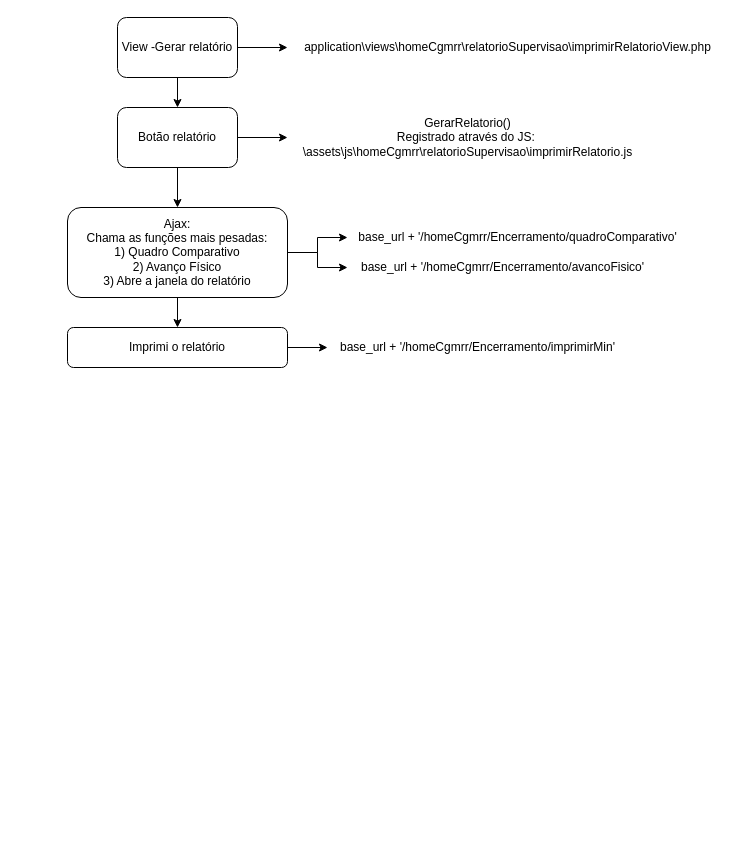
Above: SUPRA - CGMRR - Imprimir Relatório.drawio in rodolforomao/unifilar (draw.io), before the change. Source tidied: cells renumbered, new cells numbered last; positions are measured from the earlier drawing's top-left corner, leaving out a move shared by most shapes. Both pictures are drawn from the tidied source at 100%, with x=0, y=0 at pixel (67, 17).
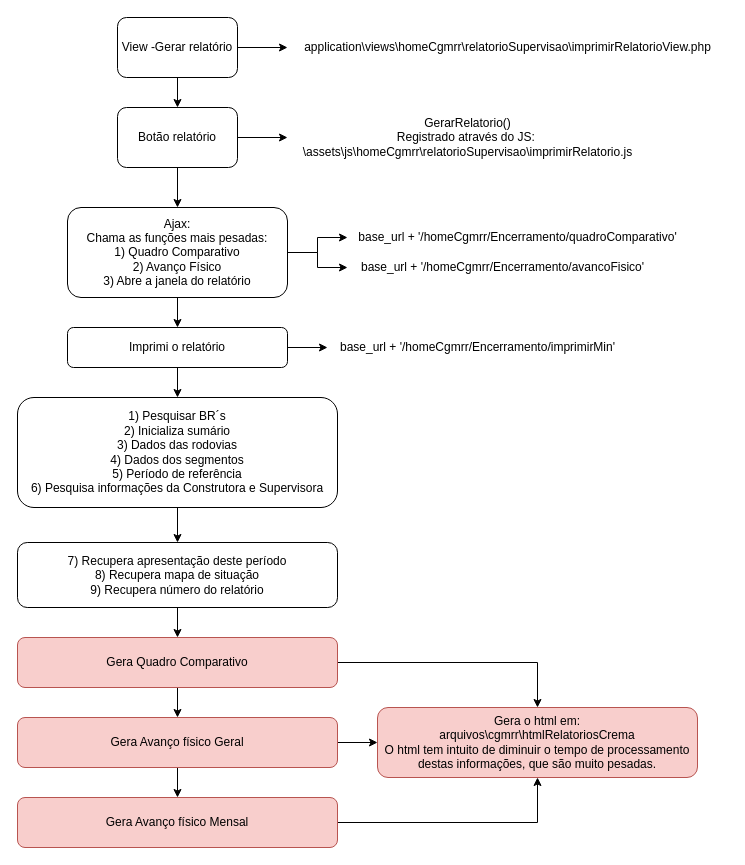
After the change.

Unchanged cells that the change refers to:
```xml
<mxCell id="17" value="Imprimi o relatório" style="whiteSpace=wrap;html=1;rounded=1;" parent="1" vertex="1">
  <mxGeometry y="310" width="220" height="40" as="geometry" />
</mxCell>
```

Change to the diagram source:
```diff
@@
+    <mxCell id="19" style="edgeStyle=orthogonalEdgeStyle;rounded=0;jettySize=auto;html=1;" parent="1" edge="1" source="17" target="21">
+      <mxGeometry relative="1" as="geometry" />
+    </mxCell>
@@
+    <mxCell id="20" style="edgeStyle=orthogonalEdgeStyle;rounded=0;jettySize=auto;html=1;" parent="1" edge="1" source="21" target="23">
+      <mxGeometry relative="1" as="geometry" />
+    </mxCell>
+    <mxCell id="21" value="&lt;div&gt;1) Pesquisar BR´s&lt;/div&gt;&lt;div&gt;2) Inicializa sumário&lt;/div&gt;&lt;div&gt;3) Dados das rodovias&lt;/div&gt;&lt;div&gt;4) Dados dos segmentos&lt;/div&gt;&lt;div&gt;5) Período de referência&lt;/div&gt;&lt;div&gt;6) Pesquisa informações da Construtora e Supervisora&lt;/div&gt;" style="whiteSpace=wrap;html=1;rounded=1;" parent="1" vertex="1">
+      <mxGeometry x="-50" y="380" width="320" height="110" as="geometry" />
+    </mxCell>
+    <mxCell id="22" style="edgeStyle=orthogonalEdgeStyle;rounded=0;jettySize=auto;html=1;" parent="1" edge="1" source="23" target="26">
+      <mxGeometry relative="1" as="geometry" />
+    </mxCell>
+    <mxCell id="23" value="&lt;div&gt;7) Recupera apresentação deste período&lt;/div&gt;&lt;div&gt;8) Recupera mapa de situação&lt;/div&gt;&lt;div&gt;9) Recupera número do relatório&lt;/div&gt;" style="whiteSpace=wrap;html=1;rounded=1;" parent="1" vertex="1">
+      <mxGeometry x="-50" y="525" width="320" height="65" as="geometry" />
+    </mxCell>
+    <mxCell id="24" style="edgeStyle=orthogonalEdgeStyle;rounded=0;jettySize=auto;html=1;" parent="1" edge="1" source="26" target="29">
+      <mxGeometry relative="1" as="geometry" />
+    </mxCell>
+    <mxCell id="25" style="edgeStyle=orthogonalEdgeStyle;rounded=0;jettySize=auto;html=1;" parent="1" edge="1" source="26" target="32">
+      <mxGeometry relative="1" as="geometry" />
+    </mxCell>
+    <mxCell id="26" value="Gera Quadro Comparativo" style="whiteSpace=wrap;html=1;rounded=1;fillColor=#f8cecc;strokeColor=#b85450;" parent="1" vertex="1">
+      <mxGeometry x="-50" y="620" width="320" height="50" as="geometry" />
+    </mxCell>
+    <mxCell id="27" style="edgeStyle=orthogonalEdgeStyle;rounded=0;jettySize=auto;html=1;" parent="1" edge="1" source="29" target="31">
+      <mxGeometry relative="1" as="geometry" />
+    </mxCell>
+    <mxCell id="28" style="edgeStyle=orthogonalEdgeStyle;rounded=0;jettySize=auto;html=1;" parent="1" edge="1" source="29" target="32">
+      <mxGeometry relative="1" as="geometry" />
+    </mxCell>
+    <mxCell id="29" value="Gera Avanço físico Geral" style="whiteSpace=wrap;html=1;rounded=1;fillColor=#f8cecc;strokeColor=#b85450;" parent="1" vertex="1">
+      <mxGeometry x="-50" y="700" width="320" height="50" as="geometry" />
+    </mxCell>
+    <mxCell id="30" style="edgeStyle=orthogonalEdgeStyle;rounded=0;jettySize=auto;html=1;" parent="1" edge="1" source="31" target="32">
+      <mxGeometry relative="1" as="geometry" />
+    </mxCell>
+    <mxCell id="31" value="Gera Avanço físico Mensal" style="whiteSpace=wrap;html=1;rounded=1;fillColor=#f8cecc;strokeColor=#b85450;" parent="1" vertex="1">
+      <mxGeometry x="-50" y="780" width="320" height="50" as="geometry" />
+    </mxCell>
+    <mxCell id="32" value="&lt;div&gt;Gera o html em:&lt;/div&gt;&lt;div&gt;arquivos\cgmrr\htmlRelatoriosCrema&lt;/div&gt;&lt;div&gt;O html tem intuito de diminuir o tempo de processamento destas informações, que são muito pesadas.&lt;/div&gt;" style="whiteSpace=wrap;html=1;rounded=1;fillColor=#f8cecc;strokeColor=#b85450;" parent="1" vertex="1">
+      <mxGeometry x="310" y="690" width="320" height="70" as="geometry" />
+    </mxCell>
```
